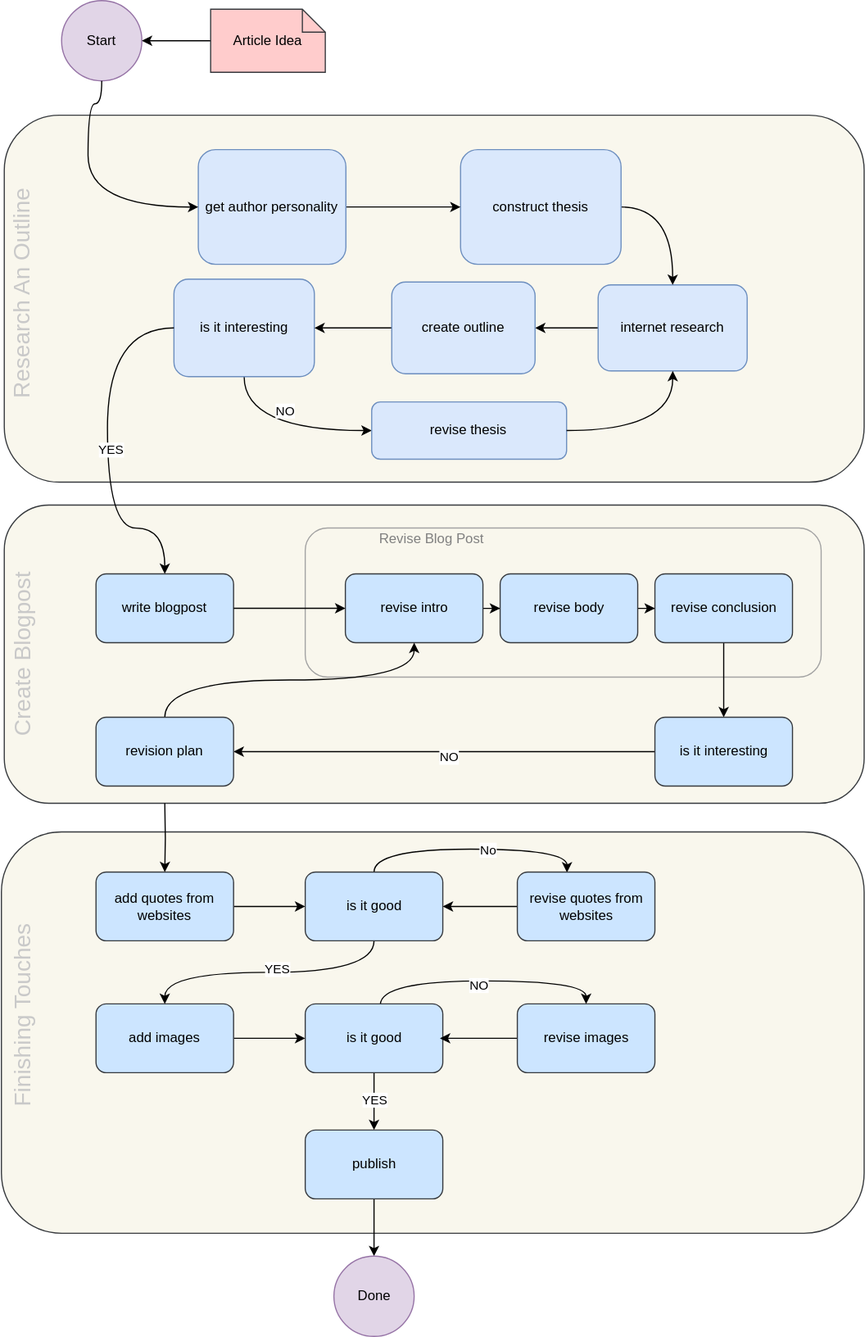
Earlier version of the draw.io export diagram/blog-agent.drawio.svg (lojones/blog-agent-assets). Source tidied: cells renumbered, new cells last; positions are measured from the earlier drawing's top-left corner, leaving out a move shared by most shapes.
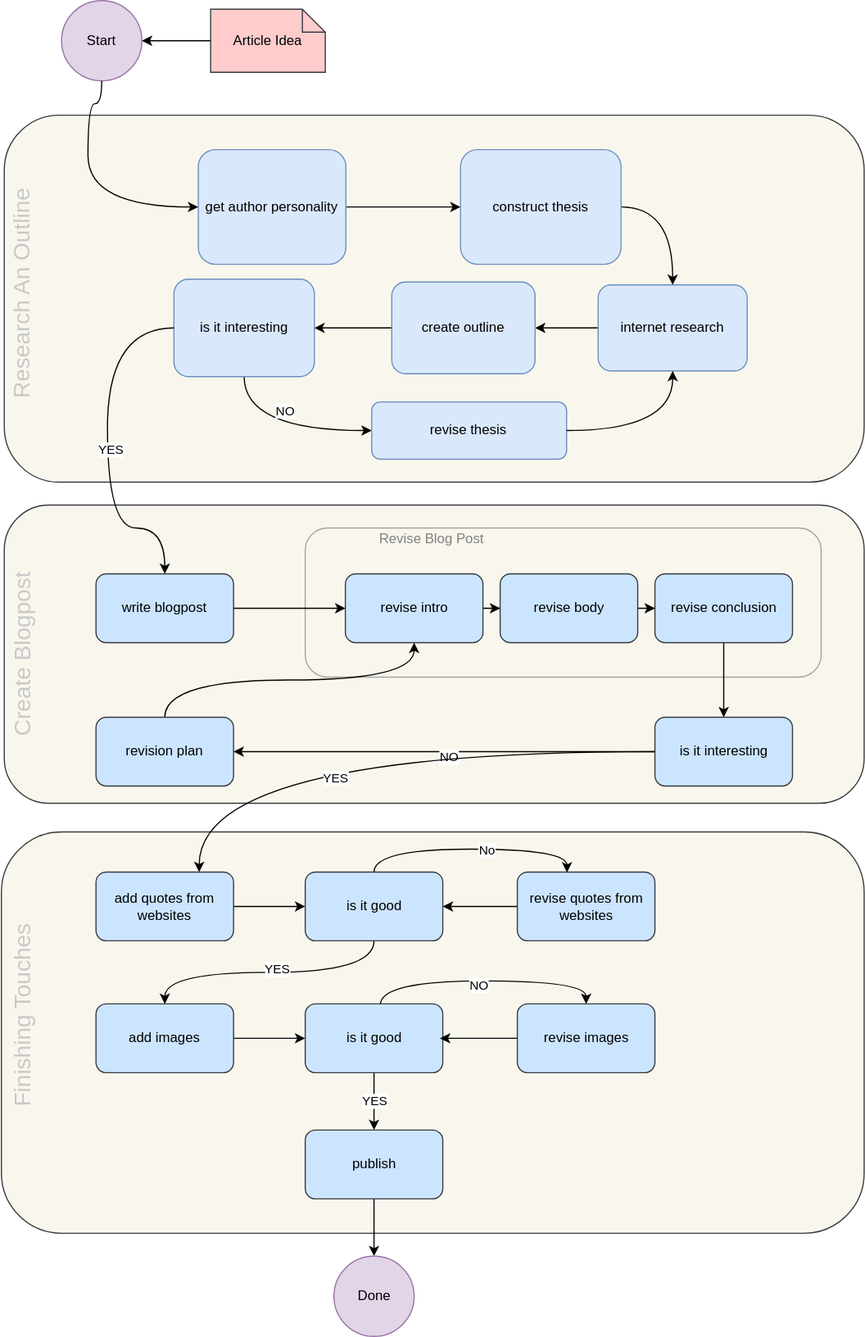
The same file after the commit.

Change to the diagram source:
```diff
@@ -178,11 +178,6 @@
     <mxCell id="56" value="publish" style="rounded=1;whiteSpace=wrap;html=1;fillColor=#cce5ff;strokeColor=#36393d;" parent="1" vertex="1">
       <mxGeometry x="347.5" y="985" width="120" height="60" as="geometry" />
     </mxCell>
-    <mxCell id="57" style="edgeStyle=orthogonalEdgeStyle;rounded=0;jettySize=auto;html=1;" parent="1" edge="1" target="42">
-      <mxGeometry relative="1" as="geometry">
-        <mxPoint x="225" y="700" as="sourcePoint" />
-      </mxGeometry>
-    </mxCell>
     <mxCell id="58" style="edgeStyle=orthogonalEdgeStyle;rounded=0;jettySize=auto;html=1;" parent="1" edge="1" source="59" target="49">
       <mxGeometry relative="1" as="geometry" />
     </mxCell>
@@ -203,5 +198,11 @@
     <mxCell id="63" value="Finishing Touches" style="text;html=1;align=center;verticalAlign=middle;whiteSpace=wrap;rounded=0;fontColor=light-dark(#c9c9c9, #ededed);fontSize=20;rotation=-90;" parent="1" vertex="1">
       <mxGeometry x="15" y="875" width="170" height="20" as="geometry" />
     </mxCell>
+    <mxCell id="64" style="edgeStyle=orthogonalEdgeStyle;rounded=0;jettySize=auto;html=1;entryX=0.75;entryY=0;entryDx=0;entryDy=0;curved=1;" parent="1" edge="1" source="36" target="42">
+      <mxGeometry relative="1" as="geometry" />
+    </mxCell>
+    <mxCell id="65" value="YES" style="edgeLabel;html=1;align=center;verticalAlign=middle;" parent="64" vertex="1">
+      <mxGeometry x="0.11" y="22" relative="1" as="geometry" />
+    </mxCell>
   </root>
 </mxGraphModel>
```
